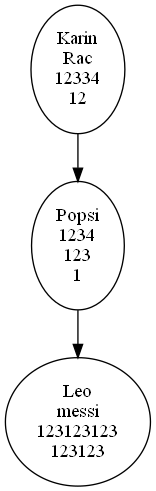
This is queue.png from akamariano/EDD_1S2023_PY_202101149, a Graphviz export, as it was before one commit. Its source is kept beside it as queue.dot.
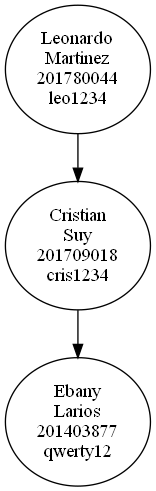
After the change.

Change to the diagram source:
```diff
@@ -1,7 +1,7 @@
 digraph Queue {
-	n0 [label="Karin\nRac\n12334\n12"];
-	n1 [label="Popsi\n1234\n123\n1"];
-	n2 [label="Leo\nmessi\n123123123\n123123"];
+	n0 [label="Leonardo\nMartinez\n201780044\nleo1234"];
+	n1 [label="Cristian\nSuy\n201709018\ncris1234"];
+	n2 [label="Ebany\nLarios\n201403877\nqwerty12"];
 	n0 -> n1;
 	n1 -> n2;
 }
```
